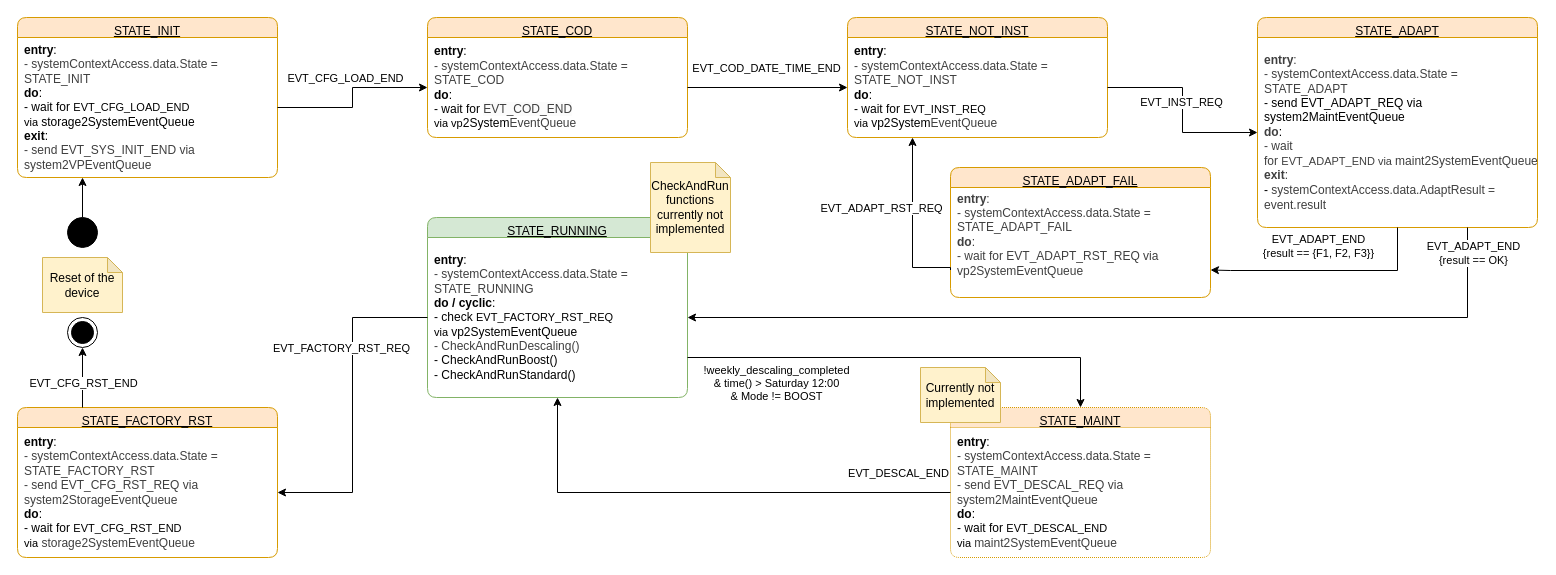
MiraTherm/miratherm-radiator-thermostat-documentation keeps this draw.io diagram as software/diagrams/mt-rt-sw-system-task-state-machine.drawio. Above is the earlier version. Source tidied: cells renumbered, new cells numbered last; positions are measured from the earlier drawing's top-left corner, leaving out a move shared by most shapes. Both pictures are drawn from the tidied source at 100%, with x=0, y=0 at pixel (17, 17).
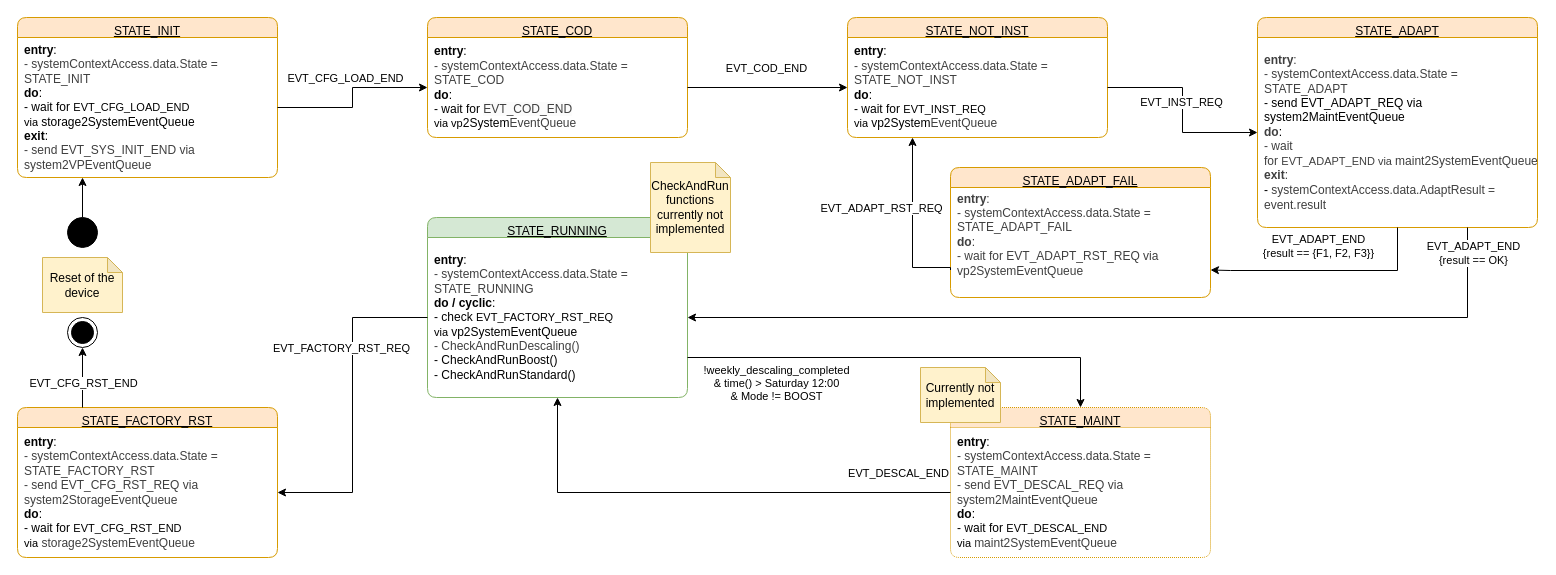
The same page after the edit.

Commit message:
:pencil2: Correct event name

Unchanged cells that the change refers to:
```xml
<mxCell id="32" style="edgeStyle=orthogonalEdgeStyle;rounded=0;jettySize=auto;html=1;exitX=1;exitY=0.5;exitDx=0;exitDy=0;entryX=0;entryY=0.5;entryDx=0;entryDy=0;" parent="1" edge="1" source="31" target="7">
  <mxGeometry relative="1" as="geometry" />
</mxCell>
```

The edit, as a diff of the source:
```diff
@@
-    <mxCell id="33" value="EVT_COD_DATE_TIME_END" style="edgeLabel;html=1;align=center;verticalAlign=middle;" parent="32" vertex="1">
+    <mxCell id="33" value="EVT_COD_END" style="edgeLabel;html=1;align=center;verticalAlign=middle;" parent="32" vertex="1">
       <mxGeometry x="0.04" y="3" relative="1" as="geometry">
         <mxPoint x="-5" y="-17" as="offset" />
       </mxGeometry>
     </mxCell>
```
